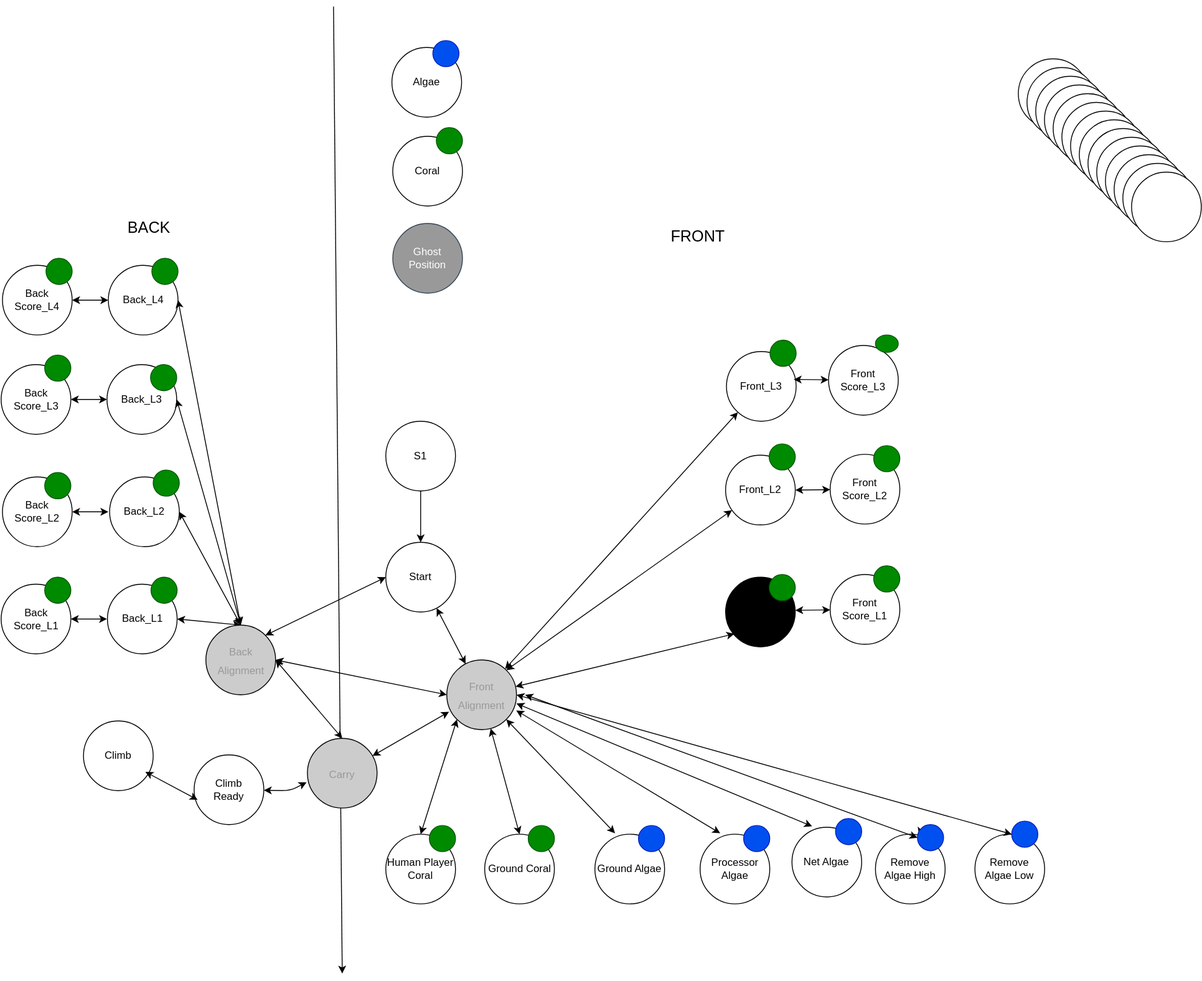
Before: src/main/java/frc/robot/subsystems/ArmControl/ArmGraph.drawio.svg, a diagram exported from draw.io (RossRambotics/2025-ReefScape). Source tidied: cells renumbered, new cells last; positions are measured from the earlier drawing's top-left corner, leaving out a move shared by most shapes.
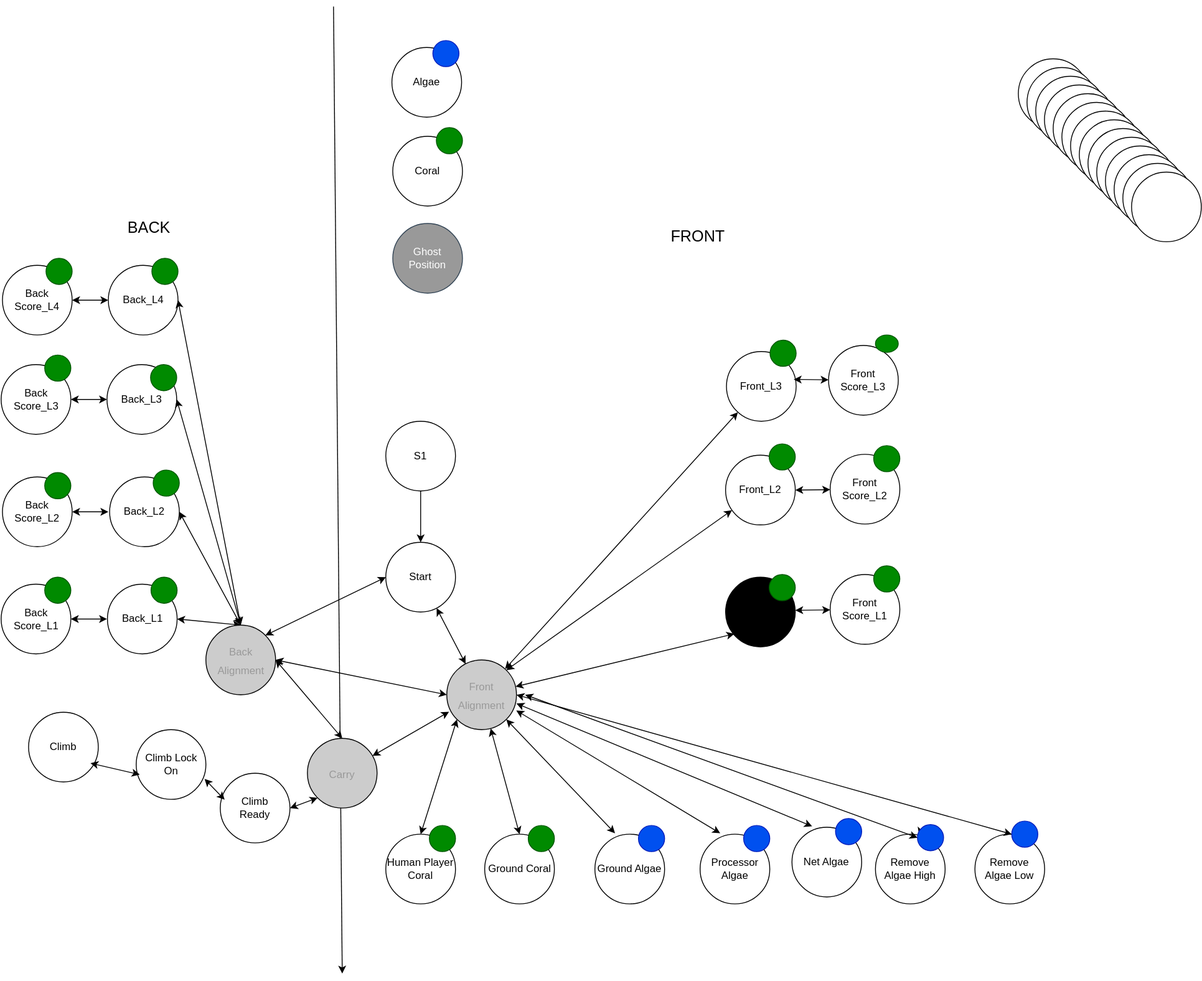
After the commit.

Diff of the diagram source:
```diff
@@ -313,20 +313,22 @@
       <mxGeometry relative="1" as="geometry" />
     </mxCell>
     <mxCell id="99" value="Climb" style="ellipse;whiteSpace=wrap;html=1;gradientColor=none;" parent="1" vertex="1">
-      <mxGeometry x="95" y="820" width="80" height="80" as="geometry" />
+      <mxGeometry x="32" y="810" width="80" height="80" as="geometry" />
     </mxCell>
-    <mxCell id="100" value="Climb&lt;div&gt;Ready&lt;/div&gt;" style="ellipse;whiteSpace=wrap;html=1;gradientColor=none;" parent="1" vertex="1">
-      <mxGeometry x="222" y="859" width="80" height="80" as="geometry" />
+    <mxCell id="100" value="Climb Lock On" style="ellipse;whiteSpace=wrap;html=1;gradientColor=none;" parent="1" vertex="1">
+      <mxGeometry x="155.5" y="830" width="80" height="80" as="geometry" />
     </mxCell>
-    <mxCell id="101" style="edgeStyle=none;html=1;fontSize=12;startArrow=classic;startFill=1;exitX=-0.012;exitY=0.631;exitDx=0;exitDy=0;exitPerimeter=0;" parent="1" edge="1" source="55" target="100">
-      <mxGeometry relative="1" as="geometry">
-        <Array as="points">
-          <mxPoint x="332" y="900" />
-        </Array>
-      </mxGeometry>
-    </mxCell>
     <mxCell id="102" style="edgeStyle=none;html=1;entryX=0.888;entryY=0.731;entryDx=0;entryDy=0;fontSize=12;startArrow=classic;startFill=1;exitX=0.05;exitY=0.644;exitDx=0;exitDy=0;exitPerimeter=0;entryPerimeter=0;" parent="1" edge="1" source="100" target="99">
       <mxGeometry relative="1" as="geometry" />
     </mxCell>
+    <mxCell id="103" value="Climb&lt;div&gt;Ready&lt;/div&gt;" style="ellipse;whiteSpace=wrap;html=1;gradientColor=none;" parent="1" vertex="1">
+      <mxGeometry x="252" y="880" width="80" height="80" as="geometry" />
+    </mxCell>
+    <mxCell id="104" style="edgeStyle=none;html=1;exitX=0.981;exitY=0.706;exitDx=0;exitDy=0;fontSize=12;entryX=0.063;entryY=0.381;entryDx=0;entryDy=0;startArrow=classic;startFill=1;exitPerimeter=0;entryPerimeter=0;" parent="1" edge="1" source="100" target="103">
+      <mxGeometry relative="1" as="geometry" />
+    </mxCell>
+    <mxCell id="105" style="edgeStyle=none;html=1;exitX=0;exitY=1;exitDx=0;exitDy=0;fontSize=12;entryX=1;entryY=0.5;entryDx=0;entryDy=0;startArrow=classic;startFill=1;" parent="1" edge="1" source="55" target="103">
+      <mxGeometry relative="1" as="geometry" />
+    </mxCell>
   </root>
 </mxGraphModel>
```
